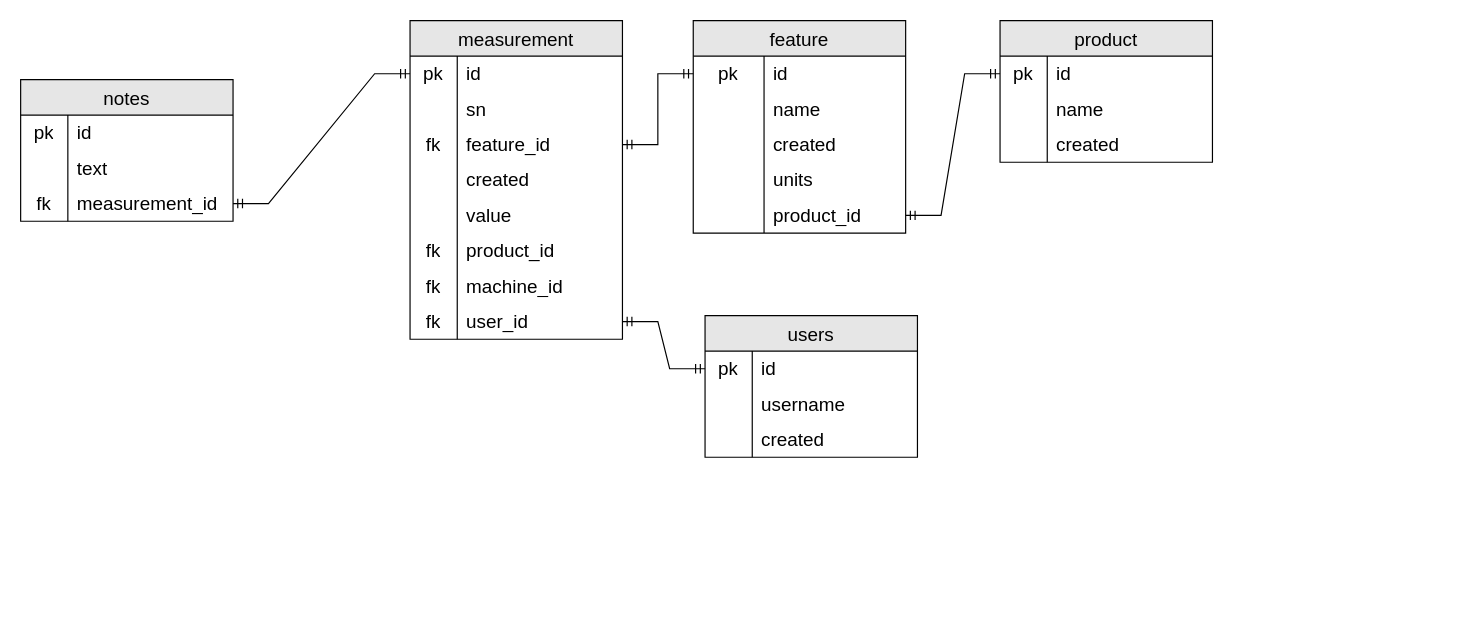
Earlier version of the draw.io diagram spc-db.drawio (cwahrenburg/spc). Source tidied: cells renumbered, new cells numbered last; positions are measured from the earlier drawing's top-left corner, leaving out a move shared by most shapes. Both pictures are drawn from the tidied source at 118%, with x=0, y=0 at pixel (20, 20).
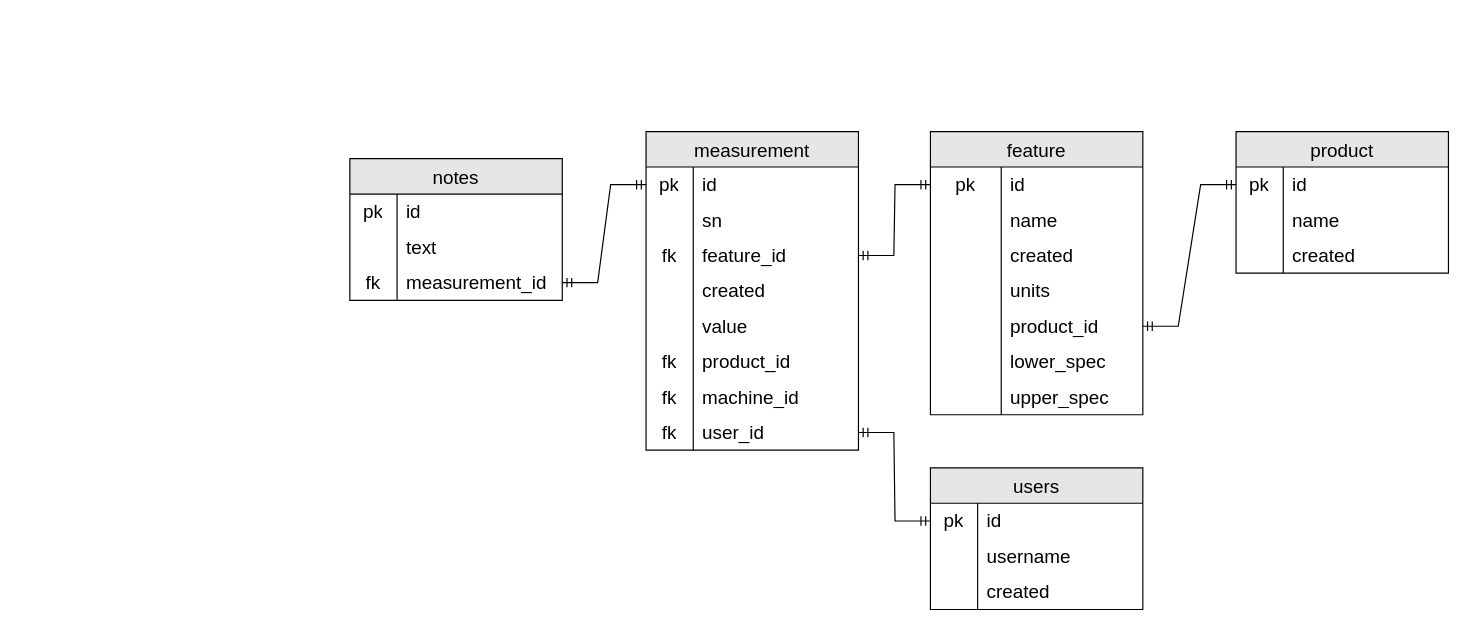
Above is the later version.

Diff of the diagram source:
```diff
@@
     <mxCell id="2" value="measurement" style="shape=table;startSize=30;childLayout=tableLayout;rowLines=0;fontStyle=0;strokeColor=default;fontSize=16;fillColor=#E6E6E6;" parent="1" vertex="1">
-      <mxGeometry x="330" width="180" height="270" as="geometry" />
+      <mxGeometry x="530" y="94" width="180" height="270" as="geometry" />
     </mxCell>
@@
     <mxCell id="27" value="feature" style="shape=table;startSize=30;childLayout=tableLayout;rowLines=0;fontStyle=0;strokeColor=default;fontSize=16;fillColor=#E6E6E6;" parent="1" vertex="1">
-      <mxGeometry x="570" width="180" height="180" as="geometry" />
+      <mxGeometry x="771" y="94" width="180" height="240" as="geometry" />
     </mxCell>
@@
+    <mxCell id="77" style="shape=tableRow;horizontal=0;startSize=0;swimlaneHead=0;swimlaneBody=0;top=0;left=0;bottom=0;right=0;fillColor=none;strokeColor=inherit;fontSize=16;" parent="27" vertex="1">
+      <mxGeometry y="180" width="180" height="30" as="geometry" />
+    </mxCell>
+    <mxCell id="78" value="&lt;span style=&quot;white-space: pre;&quot;&gt;&#9;&lt;/span&gt;" style="shape=partialRectangle;html=1;whiteSpace=wrap;fillColor=none;top=0;left=0;bottom=0;right=0;overflow=hidden;strokeColor=inherit;fontSize=16;" parent="77" vertex="1">
+      <mxGeometry width="60" height="30" as="geometry" />
+    </mxCell>
+    <mxCell id="79" value="lower_spec" style="shape=partialRectangle;html=1;whiteSpace=wrap;fillColor=none;top=0;left=0;bottom=0;right=0;align=left;spacingLeft=6;overflow=hidden;strokeColor=inherit;fontSize=16;" parent="77" vertex="1">
+      <mxGeometry x="60" width="120" height="30" as="geometry" />
+    </mxCell>
+    <mxCell id="80" style="shape=tableRow;horizontal=0;startSize=0;swimlaneHead=0;swimlaneBody=0;top=0;left=0;bottom=0;right=0;fillColor=none;strokeColor=inherit;fontSize=16;" parent="27" vertex="1">
+      <mxGeometry y="210" width="180" height="30" as="geometry" />
+    </mxCell>
+    <mxCell id="81" style="shape=partialRectangle;html=1;whiteSpace=wrap;fillColor=none;top=0;left=0;bottom=0;right=0;overflow=hidden;strokeColor=inherit;fontSize=16;" parent="80" vertex="1">
+      <mxGeometry width="60" height="30" as="geometry" />
+    </mxCell>
+    <mxCell id="82" value="upper_spec" style="shape=partialRectangle;html=1;whiteSpace=wrap;fillColor=none;top=0;left=0;bottom=0;right=0;align=left;spacingLeft=6;overflow=hidden;strokeColor=inherit;fontSize=16;" parent="80" vertex="1">
+      <mxGeometry x="60" width="120" height="30" as="geometry" />
+    </mxCell>
     <mxCell id="43" value="notes" style="shape=table;startSize=30;childLayout=tableLayout;rowLines=0;fontStyle=0;strokeColor=default;fontSize=16;fillColor=#E6E6E6;" parent="1" vertex="1">
-      <mxGeometry y="50" width="180" height="120" as="geometry" />
+      <mxGeometry x="279" y="117" width="180" height="120" as="geometry" />
     </mxCell>
@@
     <mxCell id="53" value="product" style="shape=table;startSize=30;childLayout=tableLayout;rowLines=0;fontStyle=0;strokeColor=default;fontSize=16;fillColor=#E6E6E6;" parent="1" vertex="1">
-      <mxGeometry x="830" width="180" height="120" as="geometry" />
+      <mxGeometry x="1030" y="94" width="180" height="120" as="geometry" />
     </mxCell>
@@
     <mxCell id="63" value="users" style="shape=table;startSize=30;childLayout=tableLayout;rowLines=0;fontStyle=0;strokeColor=default;fontSize=16;fillColor=#E6E6E6;" parent="1" vertex="1">
-      <mxGeometry x="580" y="250" width="180" height="120" as="geometry" />
+      <mxGeometry x="771" y="379" width="180" height="120" as="geometry" />
     </mxCell>
```
